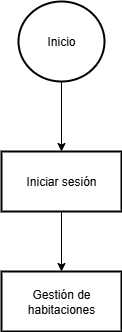
The draw.io diagram Flujograma de gestión de habitaciones.png in DjGuetta/App-Hotel-Management, before a commit. Source tidied: cells renumbered, new cells last; positions are measured from the earlier drawing's top-left corner, leaving out a move shared by most shapes.
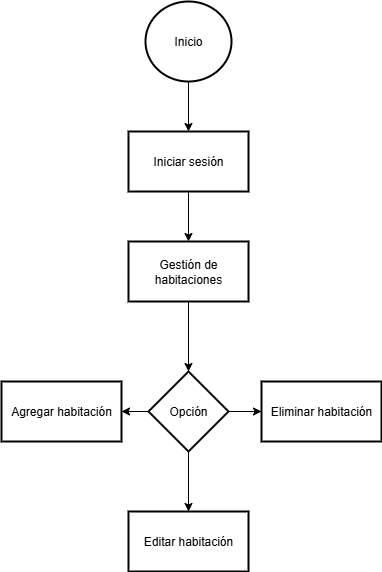
Later version of the same file.

The edit, as a diff of the source:
```diff
@@ -12,10 +12,34 @@
       <mxGeometry relative="1" as="geometry" />
     </mxCell>
     <mxCell id="5" value="Iniciar sesión" style="whiteSpace=wrap;html=1;strokeWidth=2;" parent="1" vertex="1">
-      <mxGeometry y="150" width="120" height="60" as="geometry" />
+      <mxGeometry y="130" width="120" height="60" as="geometry" />
     </mxCell>
+    <mxCell id="7" style="edgeStyle=orthogonalEdgeStyle;rounded=0;jettySize=auto;html=1;" parent="1" edge="1" source="6" target="11">
+      <mxGeometry relative="1" as="geometry" />
+    </mxCell>
     <mxCell id="6" value="Gestión de habitaciones" style="whiteSpace=wrap;html=1;strokeWidth=2;" parent="1" vertex="1">
-      <mxGeometry y="270" width="120" height="60" as="geometry" />
+      <mxGeometry y="240" width="120" height="60" as="geometry" />
     </mxCell>
+    <mxCell id="8" style="edgeStyle=orthogonalEdgeStyle;rounded=0;jettySize=auto;html=1;" parent="1" edge="1" source="11" target="12">
+      <mxGeometry relative="1" as="geometry" />
+    </mxCell>
+    <mxCell id="9" style="edgeStyle=orthogonalEdgeStyle;rounded=0;jettySize=auto;html=1;" parent="1" edge="1" source="11" target="13">
+      <mxGeometry relative="1" as="geometry" />
+    </mxCell>
+    <mxCell id="10" style="edgeStyle=orthogonalEdgeStyle;rounded=0;jettySize=auto;html=1;" parent="1" edge="1" source="11" target="14">
+      <mxGeometry relative="1" as="geometry" />
+    </mxCell>
+    <mxCell id="11" value="Opción" style="rhombus;whiteSpace=wrap;html=1;strokeWidth=2;" parent="1" vertex="1">
+      <mxGeometry x="20" y="370" width="80" height="80" as="geometry" />
+    </mxCell>
+    <mxCell id="12" value="Agregar habitación" style="whiteSpace=wrap;html=1;strokeWidth=2;" parent="1" vertex="1">
+      <mxGeometry x="-127" y="380" width="120" height="60" as="geometry" />
+    </mxCell>
+    <mxCell id="13" value="Editar habitación" style="whiteSpace=wrap;html=1;strokeWidth=2;" parent="1" vertex="1">
+      <mxGeometry y="510" width="120" height="60" as="geometry" />
+    </mxCell>
+    <mxCell id="14" value="Eliminar habitación" style="whiteSpace=wrap;html=1;strokeWidth=2;" parent="1" vertex="1">
+      <mxGeometry x="133" y="380" width="120" height="60" as="geometry" />
+    </mxCell>
   </root>
 </mxGraphModel>
```
